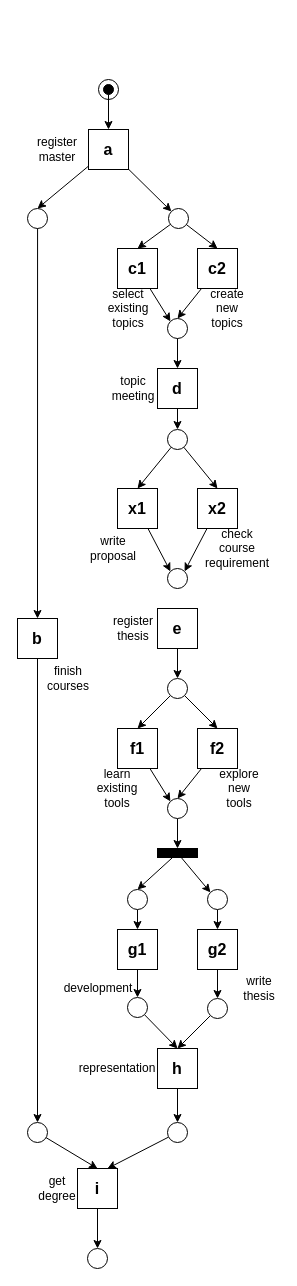
KFDing/masterthesis keeps this draw.io diagram as page "add-events" (4 of 5) of dataset/demo-example/master-study-process.drawio. Above is the earlier version. Source tidied: cells renumbered, new cells numbered last; positions are measured from the earlier drawing's top-left corner, leaving out a move shared by most shapes. Both pictures are drawn from the tidied source at 100%, with x=0, y=0 at pixel (17, 79).
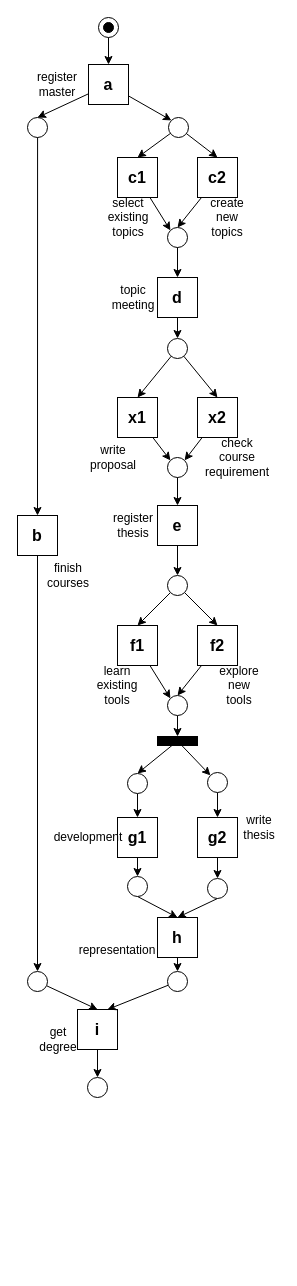
After the change.

Unchanged cells that the change refers to:
```xml
<mxCell id="3" style="ellipse;whiteSpace=wrap;html=1;fixDash=1;" parent="2" vertex="1">
  <mxGeometry width="20" height="20" as="geometry" />
</mxCell>
<mxCell id="4" style="ellipse;whiteSpace=wrap;html=1;fillColor=#000000;fixDash=1;" parent="2" vertex="1">
  <mxGeometry x="5" y="5" width="10" height="10" as="geometry" />
</mxCell>
```

The edit, as a diff of the source:
```diff
@@
     <mxCell id="2" style="group;fixDash=1;" parent="1" vertex="1">
-      <mxGeometry x="81" width="20" height="20" as="geometry" />
+      <mxGeometry x="81" y="-62" width="20" height="20" as="geometry" />
     </mxCell>
@@
     <mxCell id="7" style="rounded=0;whiteSpace=wrap;html=1;fillColor=#000000;" parent="1" vertex="1">
-      <mxGeometry x="140" y="769" width="40" height="9" as="geometry" />
+      <mxGeometry x="140" y="657" width="40" height="9" as="geometry" />
     </mxCell>
@@
     <mxCell id="10" value="&lt;b&gt;&lt;font style=&quot;font-size: 16px&quot;&gt;a&lt;/font&gt;&lt;/b&gt;" style="rounded=0;whiteSpace=wrap;html=1;fillColor=none;" parent="1" vertex="1">
-      <mxGeometry x="71" y="50" width="40" height="40" as="geometry" />
+      <mxGeometry x="71" y="-15" width="40" height="40" as="geometry" />
     </mxCell>
@@
     <mxCell id="13" style="ellipse;whiteSpace=wrap;html=1;fillColor=none;" parent="1" vertex="1">
-      <mxGeometry x="151" y="129" width="20" height="20" as="geometry" />
+      <mxGeometry x="151" y="38" width="20" height="20" as="geometry" />
     </mxCell>
@@
     <mxCell id="15" style="ellipse;whiteSpace=wrap;html=1;fillColor=none;" parent="1" vertex="1">
-      <mxGeometry x="10" y="129" width="20" height="20" as="geometry" />
+      <mxGeometry x="10" y="38" width="20" height="20" as="geometry" />
     </mxCell>
@@
     <mxCell id="17" style="ellipse;whiteSpace=wrap;html=1;fillColor=none;" parent="1" vertex="1">
-      <mxGeometry x="150" y="239" width="20" height="20" as="geometry" />
+      <mxGeometry x="150" y="148" width="20" height="20" as="geometry" />
     </mxCell>
@@
     <mxCell id="19" value="&lt;b&gt;&lt;font style=&quot;font-size: 16px&quot;&gt;c1&lt;/font&gt;&lt;/b&gt;" style="rounded=0;whiteSpace=wrap;html=1;fillColor=none;" parent="1" vertex="1">
-      <mxGeometry x="100" y="169" width="40" height="40" as="geometry" />
+      <mxGeometry x="100" y="78" width="40" height="40" as="geometry" />
     </mxCell>
@@
     <mxCell id="21" value="&lt;b&gt;&lt;font style=&quot;font-size: 16px&quot;&gt;c2&lt;/font&gt;&lt;/b&gt;" style="rounded=0;whiteSpace=wrap;html=1;fillColor=none;" parent="1" vertex="1">
-      <mxGeometry x="180" y="169" width="40" height="40" as="geometry" />
+      <mxGeometry x="180" y="78" width="40" height="40" as="geometry" />
     </mxCell>
@@
     <mxCell id="23" value="&lt;b&gt;&lt;font style=&quot;font-size: 16px&quot;&gt;d&lt;/font&gt;&lt;/b&gt;" style="rounded=0;whiteSpace=wrap;html=1;fillColor=none;" parent="1" vertex="1">
-      <mxGeometry x="140" y="289" width="40" height="40" as="geometry" />
+      <mxGeometry x="140" y="198" width="40" height="40" as="geometry" />
     </mxCell>
@@
     <mxCell id="25" value="&lt;b&gt;&lt;font style=&quot;font-size: 16px&quot;&gt;x1&lt;/font&gt;&lt;/b&gt;" style="rounded=0;whiteSpace=wrap;html=1;fillColor=none;" parent="1" vertex="1">
-      <mxGeometry x="100" y="409" width="40" height="40" as="geometry" />
+      <mxGeometry x="100" y="318" width="40" height="40" as="geometry" />
     </mxCell>
@@
     <mxCell id="27" value="&lt;b&gt;&lt;font style=&quot;font-size: 16px&quot;&gt;x2&lt;/font&gt;&lt;/b&gt;" style="rounded=0;whiteSpace=wrap;html=1;fillColor=none;" parent="1" vertex="1">
-      <mxGeometry x="180" y="409" width="40" height="40" as="geometry" />
+      <mxGeometry x="180" y="318" width="40" height="40" as="geometry" />
     </mxCell>
@@
     <mxCell id="29" value="&lt;b&gt;&lt;font style=&quot;font-size: 16px&quot;&gt;e&lt;/font&gt;&lt;/b&gt;" style="rounded=0;whiteSpace=wrap;html=1;fillColor=none;" parent="1" vertex="1">
-      <mxGeometry x="140" y="529" width="40" height="40" as="geometry" />
+      <mxGeometry x="140" y="426" width="40" height="40" as="geometry" />
     </mxCell>
@@
     <mxCell id="31" value="&lt;b&gt;&lt;font style=&quot;font-size: 16px&quot;&gt;f1&lt;/font&gt;&lt;/b&gt;" style="rounded=0;whiteSpace=wrap;html=1;fillColor=none;" parent="1" vertex="1">
-      <mxGeometry x="100" y="649" width="40" height="40" as="geometry" />
+      <mxGeometry x="100" y="546" width="40" height="40" as="geometry" />
     </mxCell>
@@
     <mxCell id="33" value="&lt;b&gt;&lt;font style=&quot;font-size: 16px&quot;&gt;f2&lt;/font&gt;&lt;/b&gt;" style="rounded=0;whiteSpace=wrap;html=1;fillColor=none;" parent="1" vertex="1">
-      <mxGeometry x="180" y="649" width="40" height="40" as="geometry" />
+      <mxGeometry x="180" y="546" width="40" height="40" as="geometry" />
     </mxCell>
@@
     <mxCell id="35" value="&lt;b&gt;&lt;font style=&quot;font-size: 16px&quot;&gt;g2&lt;/font&gt;&lt;/b&gt;" style="rounded=0;whiteSpace=wrap;html=1;fillColor=none;" parent="1" vertex="1">
-      <mxGeometry x="180" y="850" width="40" height="40" as="geometry" />
+      <mxGeometry x="180" y="738" width="40" height="40" as="geometry" />
     </mxCell>
@@
     <mxCell id="37" value="&lt;b&gt;&lt;font style=&quot;font-size: 16px&quot;&gt;g1&lt;/font&gt;&lt;/b&gt;" style="rounded=0;whiteSpace=wrap;html=1;fillColor=none;" parent="1" vertex="1">
-      <mxGeometry x="100" y="850" width="40" height="40" as="geometry" />
+      <mxGeometry x="100" y="738" width="40" height="40" as="geometry" />
     </mxCell>
-    <mxCell id="38" style="edgeStyle=orthogonalEdgeStyle;rounded=0;jettySize=auto;html=1;entryX=0.5;entryY=0;entryDx=0;entryDy=0;" parent="1" edge="1" source="4" target="10">
-      <mxGeometry relative="1" as="geometry" />
-    </mxCell>
@@
     <mxCell id="41" style="ellipse;whiteSpace=wrap;html=1;fillColor=none;" parent="1" vertex="1">
-      <mxGeometry x="150" y="350" width="20" height="20" as="geometry" />
+      <mxGeometry x="150" y="259" width="20" height="20" as="geometry" />
     </mxCell>
@@
     <mxCell id="44" style="ellipse;whiteSpace=wrap;html=1;" parent="1" vertex="1">
-      <mxGeometry x="150" y="599" width="20" height="20" as="geometry" />
+      <mxGeometry x="150" y="496" width="20" height="20" as="geometry" />
     </mxCell>
@@
     <mxCell id="46" style="ellipse;whiteSpace=wrap;html=1;" parent="1" vertex="1">
-      <mxGeometry x="150" y="719" width="20" height="20" as="geometry" />
+      <mxGeometry x="150" y="616" width="20" height="20" as="geometry" />
     </mxCell>
@@
     <mxCell id="48" style="ellipse;whiteSpace=wrap;html=1;" parent="1" vertex="1">
-      <mxGeometry x="190" y="810" width="20" height="20" as="geometry" />
+      <mxGeometry x="190" y="693" width="20" height="20" as="geometry" />
     </mxCell>
     <mxCell id="49" value="create new topics" style="text;html=1;strokeColor=none;fillColor=none;align=center;verticalAlign=middle;whiteSpace=wrap;rounded=0;" parent="1" vertex="1">
-      <mxGeometry x="190" y="219" width="40" height="20" as="geometry" />
+      <mxGeometry x="190" y="128" width="40" height="20" as="geometry" />
     </mxCell>
     <mxCell id="50" value="select existing topics" style="text;html=1;strokeColor=none;fillColor=none;align=center;verticalAlign=middle;whiteSpace=wrap;rounded=0;" parent="1" vertex="1">
-      <mxGeometry x="91" y="219" width="40" height="20" as="geometry" />
+      <mxGeometry x="91" y="128" width="40" height="20" as="geometry" />
     </mxCell>
     <mxCell id="51" value="write proposal" style="text;html=1;strokeColor=none;fillColor=none;align=center;verticalAlign=middle;whiteSpace=wrap;rounded=0;" parent="1" vertex="1">
-      <mxGeometry x="76" y="459" width="40" height="20" as="geometry" />
+      <mxGeometry x="76" y="368" width="40" height="20" as="geometry" />
     </mxCell>
     <mxCell id="52" value="register master" style="text;html=1;strokeColor=none;fillColor=none;align=center;verticalAlign=middle;whiteSpace=wrap;rounded=0;" parent="1" vertex="1">
-      <mxGeometry x="20" y="60" width="40" height="20" as="geometry" />
+      <mxGeometry x="20" y="-5" width="40" height="20" as="geometry" />
     </mxCell>
     <mxCell id="53" value="topic meeting" style="text;html=1;strokeColor=none;fillColor=none;align=center;verticalAlign=middle;whiteSpace=wrap;rounded=0;" parent="1" vertex="1">
-      <mxGeometry x="96" y="299" width="40" height="20" as="geometry" />
+      <mxGeometry x="96" y="208" width="40" height="20" as="geometry" />
     </mxCell>
     <mxCell id="54" value="check course requirement" style="text;html=1;strokeColor=none;fillColor=none;align=center;verticalAlign=middle;whiteSpace=wrap;rounded=0;" parent="1" vertex="1">
-      <mxGeometry x="200" y="459" width="40" height="20" as="geometry" />
+      <mxGeometry x="200" y="368" width="40" height="20" as="geometry" />
     </mxCell>
     <mxCell id="55" value="register thesis" style="text;html=1;strokeColor=none;fillColor=none;align=center;verticalAlign=middle;whiteSpace=wrap;rounded=0;" parent="1" vertex="1">
-      <mxGeometry x="96" y="539" width="40" height="20" as="geometry" />
+      <mxGeometry x="96" y="436" width="40" height="20" as="geometry" />
     </mxCell>
     <mxCell id="56" value="learn existing tools" style="text;html=1;strokeColor=none;fillColor=none;align=center;verticalAlign=middle;whiteSpace=wrap;rounded=0;" parent="1" vertex="1">
-      <mxGeometry x="80" y="699" width="40" height="20" as="geometry" />
+      <mxGeometry x="80" y="596" width="40" height="20" as="geometry" />
     </mxCell>
     <mxCell id="57" value="explore new tools" style="text;html=1;strokeColor=none;fillColor=none;align=center;verticalAlign=middle;whiteSpace=wrap;rounded=0;" parent="1" vertex="1">
-      <mxGeometry x="202" y="699" width="40" height="20" as="geometry" />
+      <mxGeometry x="202" y="596" width="40" height="20" as="geometry" />
     </mxCell>
@@
     <mxCell id="59" style="ellipse;whiteSpace=wrap;html=1;" parent="1" vertex="1">
-      <mxGeometry x="110" y="810" width="20" height="20" as="geometry" />
+      <mxGeometry x="110" y="694" width="20" height="20" as="geometry" />
     </mxCell>
-    <mxCell id="60" style="edgeStyle=none;rounded=0;jettySize=auto;html=1;" parent="1" edge="1" source="61">
-      <mxGeometry relative="1" as="geometry">
-        <mxPoint x="160" y="969" as="targetPoint" />
-      </mxGeometry>
+    <mxCell id="60" style="edgeStyle=none;rounded=0;jettySize=auto;html=1;entryX=0.5;entryY=0;entryDx=0;entryDy=0;exitX=0.5;exitY=1;exitDx=0;exitDy=0;" parent="1" edge="1" source="61" target="65">
+      <mxGeometry relative="1" as="geometry" />
     </mxCell>
     <mxCell id="61" style="ellipse;whiteSpace=wrap;html=1;" parent="1" vertex="1">
-      <mxGeometry x="190" y="919" width="20" height="20" as="geometry" />
+      <mxGeometry x="190" y="799" width="20" height="20" as="geometry" />
     </mxCell>
-    <mxCell id="62" style="edgeStyle=none;rounded=0;jettySize=auto;html=1;entryX=0.5;entryY=0;entryDx=0;entryDy=0;" parent="1" edge="1" source="63" target="65">
+    <mxCell id="62" style="edgeStyle=none;rounded=0;jettySize=auto;html=1;entryX=0.5;entryY=0;entryDx=0;entryDy=0;exitX=0.5;exitY=1;exitDx=0;exitDy=0;" parent="1" edge="1" source="63" target="65">
       <mxGeometry relative="1" as="geometry" />
     </mxCell>
     <mxCell id="63" style="ellipse;whiteSpace=wrap;html=1;" parent="1" vertex="1">
-      <mxGeometry x="110" y="918" width="20" height="20" as="geometry" />
+      <mxGeometry x="110" y="797" width="20" height="20" as="geometry" />
     </mxCell>
@@
     <mxCell id="65" value="&lt;span style=&quot;font-size: 16px&quot;&gt;&lt;b&gt;h&lt;/b&gt;&lt;/span&gt;" style="rounded=0;whiteSpace=wrap;html=1;fillColor=none;" parent="1" vertex="1">
-      <mxGeometry x="140" y="969" width="40" height="40" as="geometry" />
+      <mxGeometry x="140" y="838" width="40" height="40" as="geometry" />
     </mxCell>
@@
     <mxCell id="67" style="ellipse;whiteSpace=wrap;html=1;" parent="1" vertex="1">
-      <mxGeometry x="150" y="1043" width="20" height="20" as="geometry" />
+      <mxGeometry x="150" y="892" width="20" height="20" as="geometry" />
     </mxCell>
@@
     <mxCell id="69" value="&lt;b&gt;&lt;font style=&quot;font-size: 16px&quot;&gt;i&lt;/font&gt;&lt;/b&gt;" style="rounded=0;whiteSpace=wrap;html=1;fillColor=none;" parent="1" vertex="1">
-      <mxGeometry x="60" y="1089" width="40" height="40" as="geometry" />
+      <mxGeometry x="60" y="930" width="40" height="40" as="geometry" />
     </mxCell>
@@
     <mxCell id="71" value="&lt;b&gt;&lt;font style=&quot;font-size: 16px&quot;&gt;b&lt;/font&gt;&lt;/b&gt;" style="rounded=0;whiteSpace=wrap;html=1;fillColor=none;" parent="1" vertex="1">
-      <mxGeometry y="539" width="40" height="40" as="geometry" />
+      <mxGeometry y="436" width="40" height="40" as="geometry" />
     </mxCell>
@@
     <mxCell id="73" style="ellipse;whiteSpace=wrap;html=1;" parent="1" vertex="1">
-      <mxGeometry x="10" y="1043" width="20" height="20" as="geometry" />
+      <mxGeometry x="10" y="892" width="20" height="20" as="geometry" />
     </mxCell>
     <mxCell id="74" style="ellipse;whiteSpace=wrap;html=1;" parent="1" vertex="1">
-      <mxGeometry x="70" y="1169" width="20" height="20" as="geometry" />
+      <mxGeometry x="70" y="998" width="20" height="20" as="geometry" />
     </mxCell>
     <mxCell id="75" value="get degree" style="text;html=1;strokeColor=none;fillColor=none;align=center;verticalAlign=middle;whiteSpace=wrap;rounded=0;" parent="1" vertex="1">
-      <mxGeometry x="20" y="1099" width="40" height="20" as="geometry" />
+      <mxGeometry x="21" y="950" width="40" height="20" as="geometry" />
     </mxCell>
     <mxCell id="76" value="finish courses" style="text;html=1;strokeColor=none;fillColor=none;align=center;verticalAlign=middle;whiteSpace=wrap;rounded=0;" parent="1" vertex="1">
-      <mxGeometry x="31" y="589" width="40" height="20" as="geometry" />
+      <mxGeometry x="31" y="486" width="40" height="20" as="geometry" />
     </mxCell>
     <mxCell id="77" value="development" style="text;html=1;strokeColor=none;fillColor=none;align=center;verticalAlign=middle;whiteSpace=wrap;rounded=0;" parent="1" vertex="1">
-      <mxGeometry x="61" y="899" width="40" height="20" as="geometry" />
+      <mxGeometry x="51" y="748" width="40" height="20" as="geometry" />
     </mxCell>
     <mxCell id="78" value="write thesis" style="text;html=1;strokeColor=none;fillColor=none;align=center;verticalAlign=middle;whiteSpace=wrap;rounded=0;" parent="1" vertex="1">
-      <mxGeometry x="222" y="899" width="40" height="20" as="geometry" />
+      <mxGeometry x="222" y="738" width="40" height="20" as="geometry" />
     </mxCell>
     <mxCell id="79" value="representation" style="text;html=1;strokeColor=none;fillColor=none;align=center;verticalAlign=middle;whiteSpace=wrap;rounded=0;" parent="1" vertex="1">
-      <mxGeometry x="80" y="979" width="40" height="20" as="geometry" />
+      <mxGeometry x="80" y="861" width="40" height="20" as="geometry" />
     </mxCell>
+    <mxCell id="81" style="edgeStyle=orthogonalEdgeStyle;rounded=0;jettySize=auto;html=1;strokeWidth=1;" parent="1" edge="1" source="80" target="29">
+      <mxGeometry relative="1" as="geometry" />
+    </mxCell>
     <mxCell id="80" style="ellipse;whiteSpace=wrap;html=1;fillColor=none;" parent="1" vertex="1">
-      <mxGeometry x="150" y="489" width="20" height="20" as="geometry" />
+      <mxGeometry x="150" y="378" width="20" height="20" as="geometry" />
     </mxCell>
+    <mxCell id="82" style="edgeStyle=orthogonalEdgeStyle;rounded=0;jettySize=auto;html=1;entryX=0.5;entryY=0;entryDx=0;entryDy=0;strokeWidth=1;" parent="1" edge="1" source="3" target="10">
+      <mxGeometry relative="1" as="geometry" />
+    </mxCell>
```
